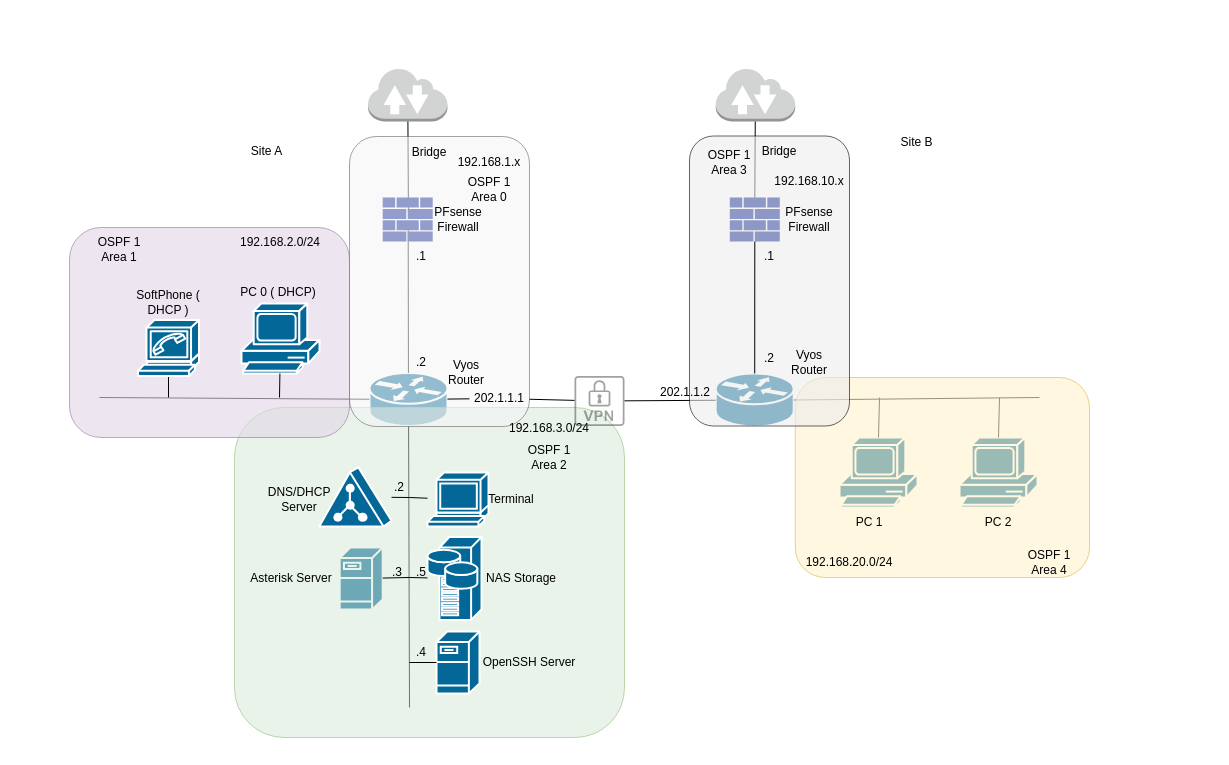
Earlier version of the draw.io diagram CapstoneNetDiag.drawio (Ssinghal98/Testing-stuff). Source tidied: cells renumbered, new cells numbered last; positions are measured from the earlier drawing's top-left corner, leaving out a move shared by most shapes. Both pictures are drawn from the tidied source at 100%, with x=0, y=0 at pixel (69, 67).
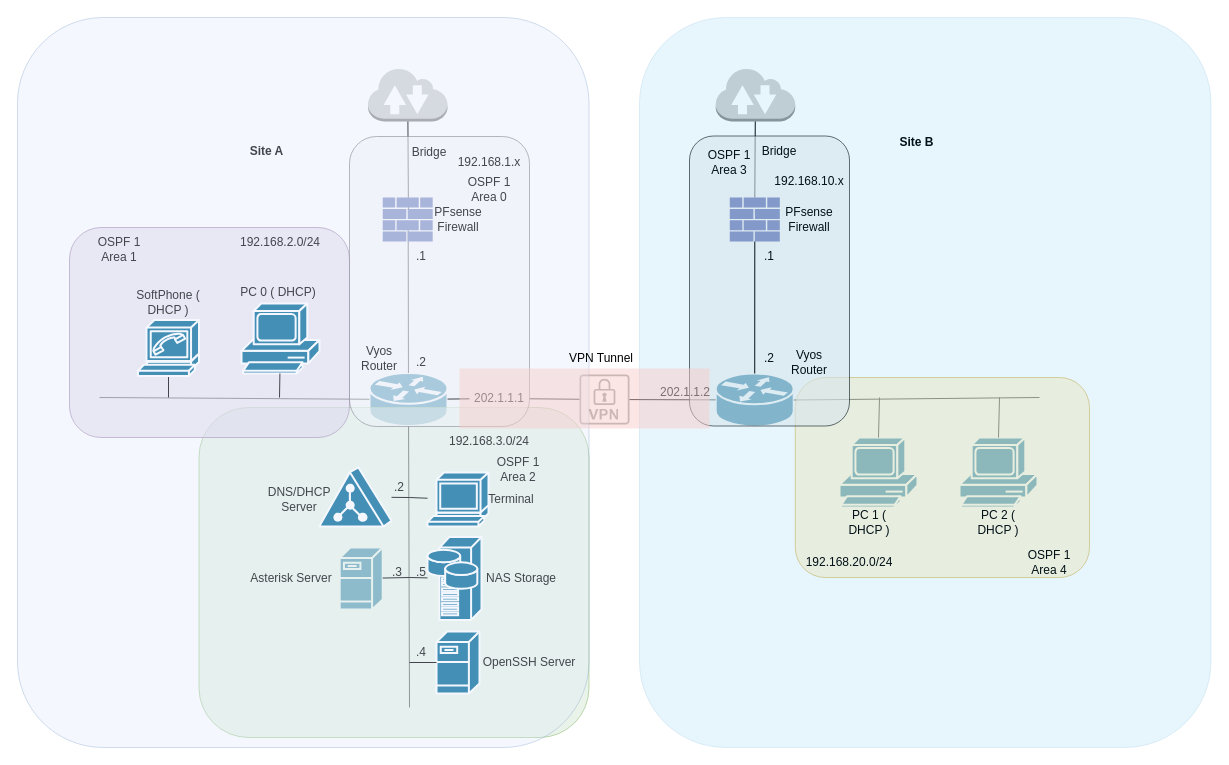
The same page after the edit.

Diff of the diagram source:
```diff
@@
     <mxCell id="20" style="rounded=1;whiteSpace=wrap;html=1;opacity=50;fillColor=#d5e8d4;strokeColor=#82b366;" parent="1" vertex="1">
-      <mxGeometry x="165" y="340" width="390" height="330" as="geometry" />
+      <mxGeometry x="129.5" y="340" width="390" height="330" as="geometry" />
     </mxCell>
@@
     <mxCell id="45" value="OSPF 1&lt;br&gt;Area 2" style="text;html=1;strokeColor=none;fillColor=none;align=center;verticalAlign=middle;whiteSpace=wrap;rounded=0;" parent="1" vertex="1">
-      <mxGeometry x="450" y="375" width="60" height="30" as="geometry" />
+      <mxGeometry x="419" y="387" width="60" height="30" as="geometry" />
     </mxCell>
@@
     <mxCell id="48" value="Vyos Router" style="text;html=1;strokeColor=none;fillColor=none;align=center;verticalAlign=middle;whiteSpace=wrap;rounded=0;" parent="1" vertex="1">
-      <mxGeometry x="367" y="290" width="60" height="30" as="geometry" />
+      <mxGeometry x="280" y="276" width="60" height="30" as="geometry" />
     </mxCell>
@@
     <mxCell id="54" value="192.168.3.0/24" style="text;html=1;strokeColor=none;fillColor=none;align=center;verticalAlign=middle;whiteSpace=wrap;rounded=0;opacity=50;" parent="1" vertex="1">
-      <mxGeometry x="450" y="346" width="60" height="30" as="geometry" />
+      <mxGeometry x="390" y="359" width="60" height="30" as="geometry" />
     </mxCell>
-    <mxCell id="55" value="Site A" style="text;html=1;strokeColor=none;fillColor=none;align=center;verticalAlign=middle;whiteSpace=wrap;rounded=0;opacity=50;" parent="1" vertex="1">
+    <mxCell id="55" value="&lt;b&gt;Site A&lt;/b&gt;" style="text;html=1;strokeColor=none;fillColor=none;align=center;verticalAlign=middle;whiteSpace=wrap;rounded=0;opacity=50;" parent="1" vertex="1">
       <mxGeometry x="160" y="68.5" width="75" height="30" as="geometry" />
     </mxCell>
-    <mxCell id="56" value="Site B" style="text;html=1;strokeColor=none;fillColor=none;align=center;verticalAlign=middle;whiteSpace=wrap;rounded=0;opacity=50;" parent="1" vertex="1">
+    <mxCell id="56" value="&lt;b&gt;Site B&lt;/b&gt;" style="text;html=1;strokeColor=none;fillColor=none;align=center;verticalAlign=middle;whiteSpace=wrap;rounded=0;opacity=50;" parent="1" vertex="1">
       <mxGeometry x="810" y="60" width="75" height="30" as="geometry" />
     </mxCell>
@@
-    <mxCell id="66" value="PC 1" style="text;html=1;strokeColor=none;fillColor=none;align=center;verticalAlign=middle;whiteSpace=wrap;rounded=0;opacity=50;" parent="1" vertex="1">
+    <mxCell id="66" value="PC 1 ( DHCP )" style="text;html=1;strokeColor=none;fillColor=none;align=center;verticalAlign=middle;whiteSpace=wrap;rounded=0;opacity=50;" parent="1" vertex="1">
       <mxGeometry x="770.2" y="439.5" width="60" height="30" as="geometry" />
     </mxCell>
@@
     <mxCell id="68" style="sketch=0;shadow=0;dashed=0;html=1;strokeColor=none;fillColor=#434445;labelPosition=center;verticalLabelPosition=bottom;verticalAlign=top;align=center;outlineConnect=0;shape=mxgraph.vvd.vpn;opacity=50;" parent="1" vertex="1">
-      <mxGeometry x="505" y="308.5" width="50" height="50" as="geometry" />
+      <mxGeometry x="510" y="307" width="50" height="50" as="geometry" />
     </mxCell>
@@
-    <mxCell id="70" value="PC 2" style="text;html=1;strokeColor=none;fillColor=none;align=center;verticalAlign=middle;whiteSpace=wrap;rounded=0;opacity=50;" parent="1" vertex="1">
+    <mxCell id="70" value="PC 2 ( DHCP )" style="text;html=1;strokeColor=none;fillColor=none;align=center;verticalAlign=middle;whiteSpace=wrap;rounded=0;opacity=50;" parent="1" vertex="1">
       <mxGeometry x="899" y="440" width="60" height="30" as="geometry" />
     </mxCell>
@@
+    <mxCell id="79" style="rounded=1;whiteSpace=wrap;html=1;fillColor=#dae8fc;opacity=30;strokeColor=#6c8ebf;" parent="1" vertex="1">
+      <mxGeometry x="-52" y="-50" width="571.5" height="730" as="geometry" />
+    </mxCell>
+    <mxCell id="80" style="rounded=1;whiteSpace=wrap;html=1;fillColor=#1ba1e2;opacity=10;strokeColor=#006EAF;fontColor=#ffffff;" parent="1" vertex="1">
+      <mxGeometry x="570" y="-50" width="571.5" height="730" as="geometry" />
+    </mxCell>
+    <mxCell id="81" style="rounded=0;whiteSpace=wrap;html=1;fillColor=#f8cecc;opacity=50;strokeColor=none;" parent="1" vertex="1">
+      <mxGeometry x="390" y="301" width="250" height="60" as="geometry" />
+    </mxCell>
+    <mxCell id="82" value="VPN Tunnel" style="text;html=1;strokeColor=none;fillColor=none;align=center;verticalAlign=middle;whiteSpace=wrap;rounded=0;opacity=50;" parent="1" vertex="1">
+      <mxGeometry x="472" y="275.5" width="120" height="30" as="geometry" />
+    </mxCell>
```
